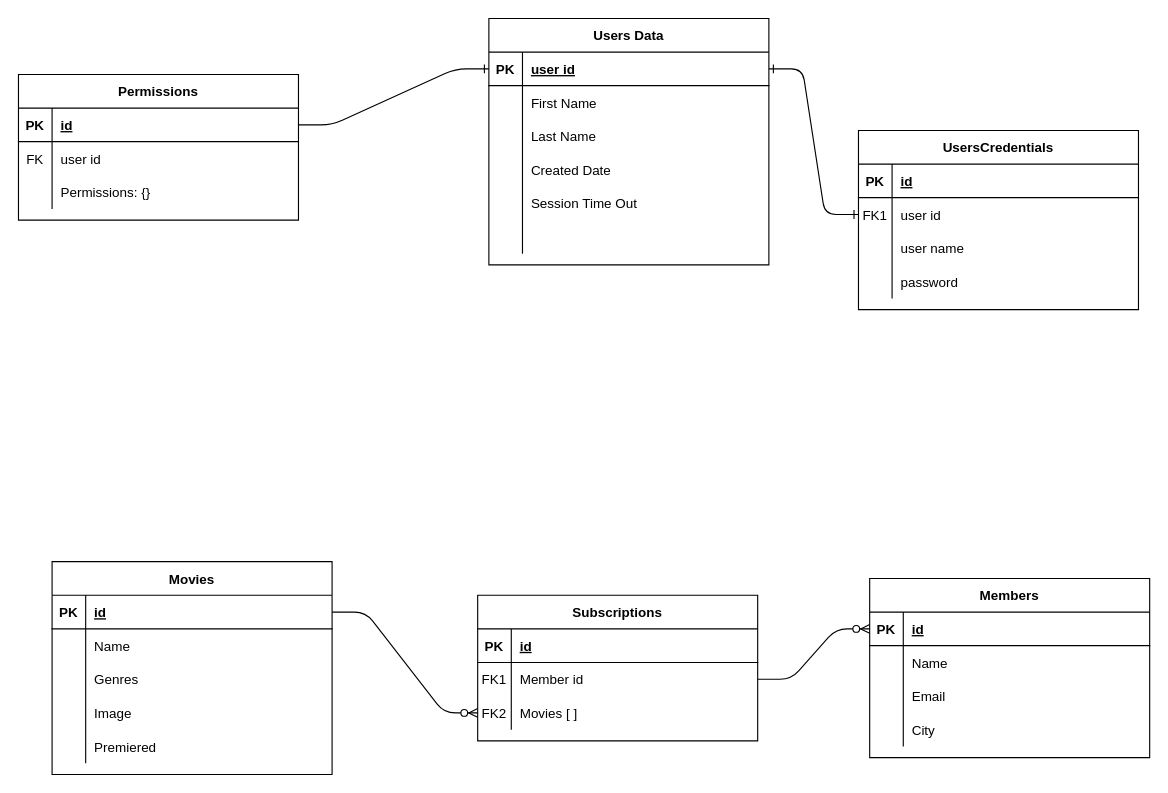
Above: page "Overall BD" (1 of 2) of Docs/node-final.drawio in natank/diagrams (draw.io), before the change. Source tidied: cells renumbered, new cells numbered last; positions are measured from the earlier drawing's top-left corner, leaving out a move shared by most shapes. Both pictures are drawn from the tidied source at 112%, with x=0, y=0 at pixel (18, 18).
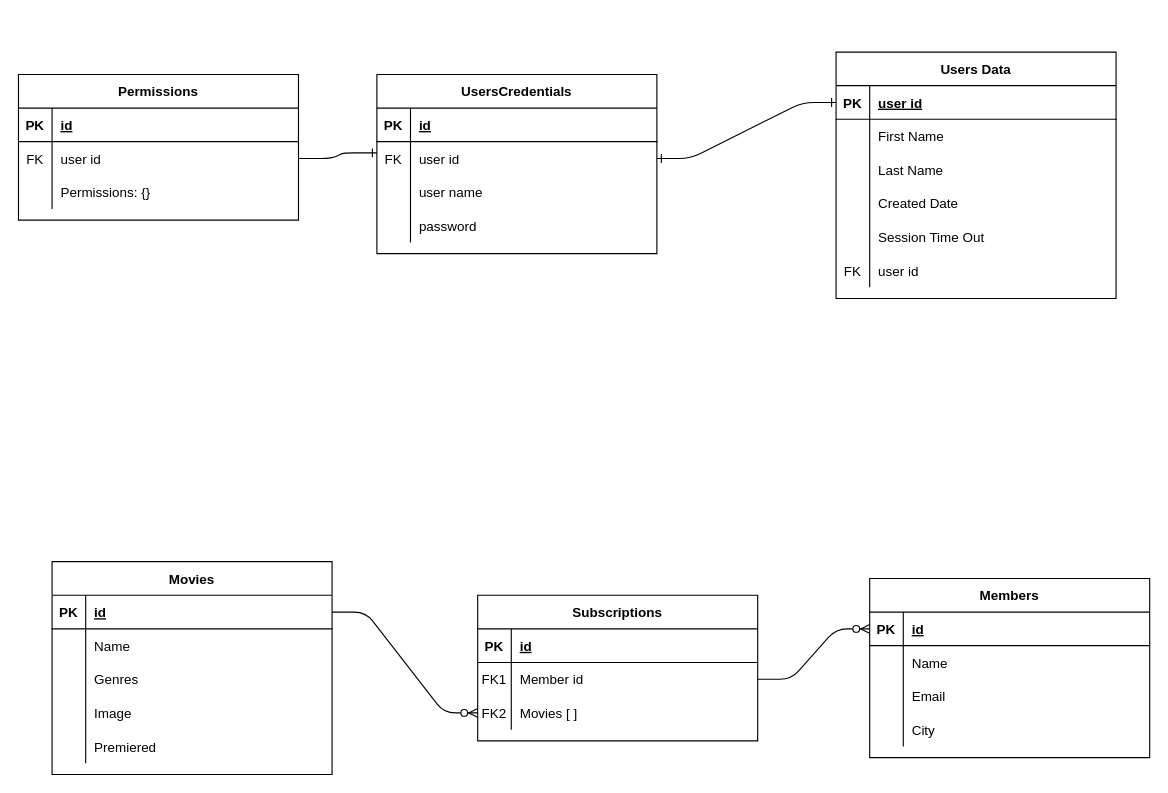
Above is the later version.

Unchanged cells that the change refers to:
```xml
<mxCell id="7" style="shape=partialRectangle;fillColor=none;points=[[0,0.5],[1,0.5]];portConstraint=eastwest;top=0;left=0;right=0;bottom=0;" parent="3" vertex="1">
  <mxGeometry y="60" width="250" height="30" as="geometry" />
</mxCell>
<mxCell id="27" style="shape=partialRectangle;fillColor=none;points=[[0,0.5],[1,0.5]];portConstraint=eastwest;top=0;left=0;right=0;bottom=1;" parent="26" vertex="1">
  <mxGeometry y="30" width="250" height="30" as="geometry" />
</mxCell>
<mxCell id="42" style="shape=partialRectangle;fillColor=none;top=0;left=0;right=0;bottom=0;" parent="26" vertex="1">
  <mxGeometry y="180" width="250" height="30" as="geometry" />
</mxCell>
<mxCell id="46" style="shape=partialRectangle;fillColor=none;points=[[0,0.5],[1,0.5]];portConstraint=eastwest;top=0;left=0;right=0;bottom=1;" parent="45" vertex="1">
  <mxGeometry y="30" width="250" height="30" as="geometry" />
</mxCell>
<mxCell id="49" style="shape=partialRectangle;fillColor=none;points=[[0,0.5],[1,0.5]];portConstraint=eastwest;top=0;left=0;right=0;bottom=0;" parent="45" vertex="1">
  <mxGeometry y="60" width="250" height="30" as="geometry" />
</mxCell>
```

What changed in the source:
```diff
@@
     <mxCell id="3" value="UsersCredentials" style="shape=table;startSize=30;childLayout=tableLayout;rowLines=0;fontStyle=1;align=center;" parent="1" vertex="1">
-      <mxGeometry x="750" y="100" width="250" height="160" as="geometry" />
+      <mxGeometry x="320" y="50" width="250" height="160" as="geometry" />
     </mxCell>
@@
-    <mxCell id="8" value="FK1" style="shape=partialRectangle;overflow=hidden;fillColor=none;top=0;left=0;bottom=0;right=0;" parent="7" vertex="1">
+    <mxCell id="8" value="FK" style="shape=partialRectangle;overflow=hidden;fillColor=none;top=0;left=0;bottom=0;right=0;" parent="7" vertex="1">
       <mxGeometry width="30" height="30" as="geometry" />
     </mxCell>
@@
     <mxCell id="26" value="Users Data" style="shape=table;startSize=30;childLayout=tableLayout;rowLines=0;fontStyle=1;align=center;" parent="1" vertex="1">
-      <mxGeometry x="420" width="250" height="220" as="geometry" />
+      <mxGeometry x="730" y="30" width="250" height="220" as="geometry" />
     </mxCell>
@@
-    <mxCell id="43" style="shape=partialRectangle;overflow=hidden;fillColor=none;top=0;left=0;bottom=0;right=0;" parent="42" vertex="1">
+    <mxCell id="43" value="FK" style="shape=partialRectangle;overflow=hidden;fillColor=none;top=0;left=0;bottom=0;right=0;" parent="42" vertex="1">
       <mxGeometry width="30" height="30" as="geometry" />
     </mxCell>
-    <mxCell id="44" style="shape=partialRectangle;overflow=hidden;fillColor=none;top=0;left=0;bottom=0;right=0;align=left;spacingLeft=6;" parent="42" vertex="1">
+    <mxCell id="44" value="user id" style="shape=partialRectangle;overflow=hidden;fillColor=none;top=0;left=0;bottom=0;right=0;align=left;spacingLeft=6;" parent="42" vertex="1">
       <mxGeometry x="30" width="220" height="30" as="geometry" />
     </mxCell>
@@
-    <mxCell id="55" style="edgeStyle=entityRelationEdgeStyle;fontSize=12;html=1;endArrow=ERone;endFill=1;exitX=1;exitY=0.5;exitDx=0;exitDy=0;entryX=0;entryY=0.5;entryDx=0;entryDy=0;" parent="1" edge="1" source="46" target="27">
-      <mxGeometry relative="1" as="geometry" />
+    <mxCell id="55" style="edgeStyle=entityRelationEdgeStyle;fontSize=12;html=1;endArrow=ERone;endFill=1;" parent="1" edge="1" source="49">
+      <mxGeometry relative="1" as="geometry">
+        <mxPoint x="320" y="120" as="targetPoint" />
+      </mxGeometry>
     </mxCell>
```
